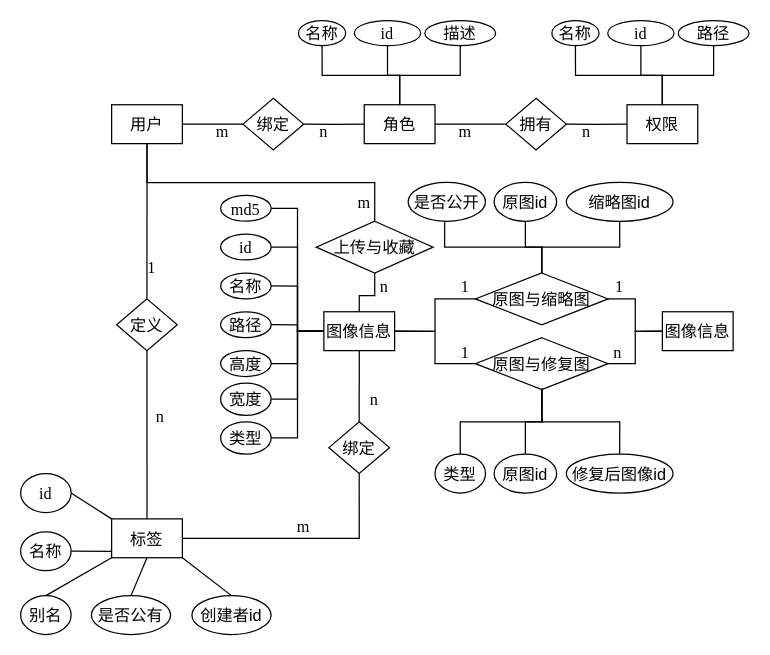
Before: 数据表ER图.drawio in LiSoulSpace/GitBook, a draw.io diagram. Source tidied: cells renumbered, new cells numbered last; positions are measured from the earlier drawing's top-left corner, leaving out a move shared by most shapes. Both pictures are drawn from the tidied source at 125%, with x=0, y=0 at pixel (20, 20).
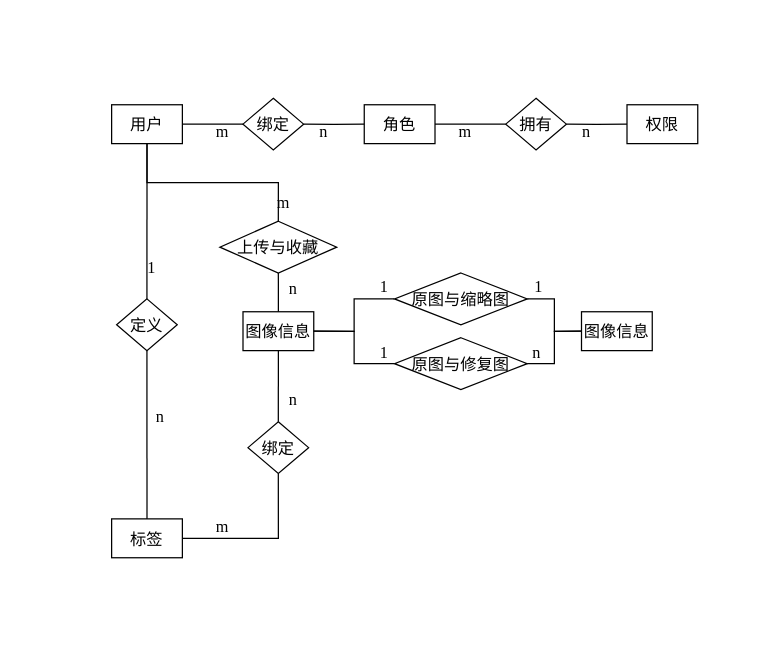
The same page after the edit.

Commit message:
更新数据表ER图.drawio

The change refers to these unchanged cells:
```xml
<mxCell id="5" value="角色" style="rounded=0;fontFamily=宋体;fontSize=13;" parent="1" vertex="1">
  <mxGeometry x="274.9" y="67.3" width="56.6" height="31.1" as="geometry" />
</mxCell>
<mxCell id="10" value="权限" style="rounded=0;fontFamily=宋体;fontSize=13;" parent="1" vertex="1">
  <mxGeometry x="485.1" y="67.3" width="56.6" height="31.1" as="geometry" />
</mxCell>
<mxCell id="23" value="标签" style="rounded=0;fontFamily=宋体;fontSize=13;" parent="1" vertex="1">
  <mxGeometry x="72.8" y="398.6" width="56.6" height="31.1" as="geometry" />
</mxCell>
```

Diff of the diagram source:
```diff
@@
-    <mxCell id="2" style="edgeStyle=orthogonalEdgeStyle;shape=connector;rounded=0;jettySize=auto;exitX=0.5;exitY=0;exitDx=0;exitDy=0;entryX=0.5;entryY=1;entryDx=0;entryDy=0;labelBackgroundColor=default;strokeColor=default;fontFamily=Helvetica;fontSize=11;fontColor=default;endArrow=none;endFill=0;" parent="1" edge="1" source="5" target="81">
-      <mxGeometry relative="1" as="geometry" />
-    </mxCell>
-    <mxCell id="3" style="edgeStyle=orthogonalEdgeStyle;shape=connector;rounded=0;jettySize=auto;exitX=0.5;exitY=0;exitDx=0;exitDy=0;entryX=0.5;entryY=1;entryDx=0;entryDy=0;labelBackgroundColor=default;strokeColor=default;fontFamily=Helvetica;fontSize=11;fontColor=default;endArrow=none;endFill=0;" parent="1" edge="1" source="5" target="82">
-      <mxGeometry relative="1" as="geometry" />
-    </mxCell>
-    <mxCell id="4" style="edgeStyle=orthogonalEdgeStyle;shape=connector;rounded=0;jettySize=auto;exitX=0.5;exitY=0;exitDx=0;exitDy=0;entryX=0.5;entryY=1;entryDx=0;entryDy=0;labelBackgroundColor=default;strokeColor=default;fontFamily=Helvetica;fontSize=11;fontColor=default;endArrow=none;endFill=0;" parent="1" edge="1" source="5" target="83">
-      <mxGeometry relative="1" as="geometry" />
-    </mxCell>
@@
-    <mxCell id="7" style="edgeStyle=orthogonalEdgeStyle;shape=connector;rounded=0;jettySize=auto;exitX=0.5;exitY=0;exitDx=0;exitDy=0;entryX=0.5;entryY=1;entryDx=0;entryDy=0;labelBackgroundColor=default;strokeColor=default;fontFamily=Helvetica;fontSize=11;fontColor=default;endArrow=none;endFill=0;" parent="1" edge="1" source="10" target="84">
-      <mxGeometry relative="1" as="geometry" />
-    </mxCell>
-    <mxCell id="8" style="edgeStyle=orthogonalEdgeStyle;shape=connector;rounded=0;jettySize=auto;exitX=0.5;exitY=0;exitDx=0;exitDy=0;entryX=0.5;entryY=1;entryDx=0;entryDy=0;labelBackgroundColor=default;strokeColor=default;fontFamily=Helvetica;fontSize=11;fontColor=default;endArrow=none;endFill=0;" parent="1" edge="1" source="10" target="85">
-      <mxGeometry relative="1" as="geometry" />
-    </mxCell>
-    <mxCell id="9" style="edgeStyle=orthogonalEdgeStyle;shape=connector;rounded=0;jettySize=auto;exitX=0.5;exitY=0;exitDx=0;exitDy=0;entryX=0.5;entryY=1;entryDx=0;entryDy=0;labelBackgroundColor=default;strokeColor=default;fontFamily=Helvetica;fontSize=11;fontColor=default;endArrow=none;endFill=0;" parent="1" edge="1" source="10" target="86">
-      <mxGeometry relative="1" as="geometry" />
-    </mxCell>
@@
     <mxCell id="11" value="图像信息" style="rounded=0;fontFamily=宋体;fontSize=13;" parent="1" vertex="1">
-      <mxGeometry x="242.6" y="232.9" width="56.6" height="31.1" as="geometry" />
+      <mxGeometry x="177.9" y="232.9" width="56.6" height="31.1" as="geometry" />
     </mxCell>
@@
     <mxCell id="15" style="edgeStyle=orthogonalEdgeStyle;shape=connector;rounded=0;jettySize=auto;exitX=0.5;exitY=1;exitDx=0;exitDy=0;entryX=0.5;entryY=0;entryDx=0;entryDy=0;labelBackgroundColor=default;strokeColor=default;fontFamily=宋体;fontSize=13;fontColor=default;endArrow=none;endFill=0;" parent="1" edge="1" source="16" target="11">
       <mxGeometry relative="1" as="geometry">
         <Array as="points">
-          <mxPoint x="283" y="220" />
-          <mxPoint x="271" y="220" />
+          <mxPoint x="205.3" y="210" />
+          <mxPoint x="205.3" y="210" />
         </Array>
       </mxGeometry>
     </mxCell>
     <mxCell id="16" value="上传与收藏" style="rhombus;fontFamily=宋体;fontSize=13;" parent="1" vertex="1">
-      <mxGeometry x="236.5" y="160.5" width="93.5" height="41.4" as="geometry" />
+      <mxGeometry x="159.4" y="160.5" width="93.5" height="41.4" as="geometry" />
     </mxCell>
@@
     <mxCell id="21" value="m" style="text;strokeColor=none;fillColor=none;align=center;verticalAlign=middle;rounded=0;fontSize=13;fontFamily=Times New Roman;fontColor=default;" parent="1" vertex="1">
-      <mxGeometry x="267" y="139.8" width="16.2" height="10.4" as="geometry" />
+      <mxGeometry x="202.3" y="139.8" width="16.2" height="10.4" as="geometry" />
     </mxCell>
     <mxCell id="22" value="n" style="text;strokeColor=none;fillColor=none;align=center;verticalAlign=middle;rounded=0;fontSize=13;fontFamily=Times New Roman;fontColor=default;" parent="1" vertex="1">
-      <mxGeometry x="283" y="207.1" width="16.2" height="10.4" as="geometry" />
+      <mxGeometry x="210.2" y="207.1" width="16.2" height="12.9" as="geometry" />
     </mxCell>
@@
     <mxCell id="25" value="绑定" style="rhombus;fontFamily=宋体;fontSize=13;" parent="1" vertex="1">
-      <mxGeometry x="246.6" y="320.9" width="48.5" height="41.4" as="geometry" />
+      <mxGeometry x="181.9" y="320.9" width="48.5" height="41.4" as="geometry" />
     </mxCell>
@@
     <mxCell id="27" value="图像信息" style="rounded=0;fontFamily=宋体;fontSize=13;" parent="1" vertex="1">
-      <mxGeometry x="513.4" y="232.9" width="56.6" height="31.1" as="geometry" />
+      <mxGeometry x="448.7" y="232.9" width="56.6" height="31.1" as="geometry" />
     </mxCell>
@@
-    <mxCell id="30" style="edgeStyle=orthogonalEdgeStyle;shape=connector;rounded=0;jettySize=auto;exitX=0.5;exitY=0;exitDx=0;exitDy=0;entryX=0.472;entryY=0.997;entryDx=0;entryDy=0;entryPerimeter=0;labelBackgroundColor=default;strokeColor=default;fontFamily=Helvetica;fontSize=11;fontColor=default;endArrow=none;endFill=0;" parent="1" edge="1" source="33" target="78">
-      <mxGeometry relative="1" as="geometry" />
-    </mxCell>
-    <mxCell id="31" style="edgeStyle=orthogonalEdgeStyle;shape=connector;rounded=0;jettySize=auto;exitX=0.5;exitY=0;exitDx=0;exitDy=0;entryX=0.5;entryY=1;entryDx=0;entryDy=0;labelBackgroundColor=default;strokeColor=default;fontFamily=Helvetica;fontSize=11;fontColor=default;endArrow=none;endFill=0;" parent="1" edge="1" source="33" target="79">
-      <mxGeometry relative="1" as="geometry" />
-    </mxCell>
-    <mxCell id="32" style="edgeStyle=orthogonalEdgeStyle;shape=connector;rounded=0;jettySize=auto;exitX=0.5;exitY=0;exitDx=0;exitDy=0;entryX=0.5;entryY=1;entryDx=0;entryDy=0;labelBackgroundColor=default;strokeColor=default;fontFamily=Helvetica;fontSize=11;fontColor=default;endArrow=none;endFill=0;" parent="1" edge="1" source="33" target="80">
-      <mxGeometry relative="1" as="geometry" />
-    </mxCell>
     <mxCell id="33" value="原图与缩略图" style="rhombus;fontFamily=宋体;fontSize=13;" parent="1" vertex="1">
-      <mxGeometry x="363.8" y="201.9" width="106.2" height="41.4" as="geometry" />
+      <mxGeometry x="299.1" y="201.9" width="106.2" height="41.4" as="geometry" />
     </mxCell>
@@
     <mxCell id="35" value="原图与修复图" style="rhombus;fontFamily=宋体;fontSize=13;" parent="1" vertex="1">
-      <mxGeometry x="363.8" y="253.7" width="106.2" height="41.4" as="geometry" />
+      <mxGeometry x="299.1" y="253.7" width="106.2" height="41.4" as="geometry" />
     </mxCell>
@@
-    <mxCell id="41" style="edgeStyle=orthogonalEdgeStyle;shape=connector;rounded=0;jettySize=auto;exitX=1;exitY=0.5;exitDx=0;exitDy=0;entryX=0;entryY=0.5;entryDx=0;entryDy=0;labelBackgroundColor=default;strokeColor=default;fontFamily=宋体;fontSize=13;fontColor=default;endArrow=none;endFill=0;" parent="1" edge="1" source="42" target="11">
-      <mxGeometry relative="1" as="geometry" />
-    </mxCell>
-    <mxCell id="42" value="id" style="ellipse;fontFamily=Times New Roman;fontSize=13;fontColor=default;" parent="1" vertex="1">
-      <mxGeometry x="160" y="170.8" width="40.4" height="20.7" as="geometry" />
-    </mxCell>
-    <mxCell id="43" style="edgeStyle=orthogonalEdgeStyle;shape=connector;rounded=0;jettySize=auto;exitX=1;exitY=0.5;exitDx=0;exitDy=0;entryX=0;entryY=0.5;entryDx=0;entryDy=0;labelBackgroundColor=default;strokeColor=default;fontFamily=宋体;fontSize=13;fontColor=default;endArrow=none;endFill=0;" parent="1" edge="1" source="44" target="11">
-      <mxGeometry relative="1" as="geometry" />
-    </mxCell>
-    <mxCell id="44" value="名称" style="ellipse;fontFamily=宋体;fontSize=13;fontColor=default;" parent="1" vertex="1">
-      <mxGeometry x="160" y="201.9" width="40.4" height="20.7" as="geometry" />
-    </mxCell>
-    <mxCell id="45" style="edgeStyle=orthogonalEdgeStyle;shape=connector;rounded=0;jettySize=auto;exitX=1;exitY=0.5;exitDx=0;exitDy=0;entryX=0;entryY=0.5;entryDx=0;entryDy=0;labelBackgroundColor=default;strokeColor=default;fontFamily=宋体;fontSize=13;fontColor=default;endArrow=none;endFill=0;" parent="1" edge="1" source="46" target="11">
-      <mxGeometry relative="1" as="geometry" />
-    </mxCell>
-    <mxCell id="46" value="路径" style="ellipse;fontFamily=宋体;fontSize=13;fontColor=default;" parent="1" vertex="1">
-      <mxGeometry x="160" y="232.9" width="40.4" height="20.7" as="geometry" />
-    </mxCell>
-    <mxCell id="47" style="edgeStyle=orthogonalEdgeStyle;shape=connector;rounded=0;jettySize=auto;exitX=1;exitY=0.5;exitDx=0;exitDy=0;entryX=0;entryY=0.5;entryDx=0;entryDy=0;labelBackgroundColor=default;strokeColor=default;fontFamily=宋体;fontSize=13;fontColor=default;endArrow=none;endFill=0;" parent="1" edge="1" source="48" target="11">
-      <mxGeometry relative="1" as="geometry" />
-    </mxCell>
-    <mxCell id="48" value="高度" style="ellipse;fontFamily=宋体;fontSize=13;fontColor=default;" parent="1" vertex="1">
-      <mxGeometry x="160" y="264" width="40.4" height="20.7" as="geometry" />
-    </mxCell>
-    <mxCell id="49" style="edgeStyle=orthogonalEdgeStyle;shape=connector;rounded=0;jettySize=auto;exitX=1;exitY=0.5;exitDx=0;exitDy=0;entryX=0;entryY=0.5;entryDx=0;entryDy=0;labelBackgroundColor=default;strokeColor=default;fontFamily=宋体;fontSize=13;fontColor=default;endArrow=none;endFill=0;" parent="1" edge="1" source="50" target="11">
-      <mxGeometry relative="1" as="geometry" />
-    </mxCell>
-    <mxCell id="50" value="宽度" style="ellipse;fontFamily=宋体;fontSize=13;fontColor=default;" parent="1" vertex="1">
-      <mxGeometry x="160" y="289.9" width="40.4" height="25.9" as="geometry" />
-    </mxCell>
-    <mxCell id="51" style="edgeStyle=orthogonalEdgeStyle;shape=connector;rounded=0;jettySize=auto;exitX=1;exitY=0.5;exitDx=0;exitDy=0;entryX=0;entryY=0.5;entryDx=0;entryDy=0;labelBackgroundColor=default;strokeColor=default;fontFamily=宋体;fontSize=13;fontColor=default;endArrow=none;endFill=0;" parent="1" edge="1" source="52" target="11">
-      <mxGeometry relative="1" as="geometry" />
-    </mxCell>
-    <mxCell id="52" value="类型" style="ellipse;fontFamily=宋体;fontSize=13;fontColor=default;" parent="1" vertex="1">
-      <mxGeometry x="160" y="320.9" width="40.4" height="25.9" as="geometry" />
-    </mxCell>
-    <mxCell id="53" style="edgeStyle=orthogonalEdgeStyle;shape=connector;rounded=0;jettySize=auto;exitX=1;exitY=0.5;exitDx=0;exitDy=0;entryX=0;entryY=0.5;entryDx=0;entryDy=0;labelBackgroundColor=default;strokeColor=default;fontFamily=宋体;fontSize=13;fontColor=default;endArrow=none;endFill=0;" parent="1" edge="1" source="54" target="11">
-      <mxGeometry relative="1" as="geometry" />
-    </mxCell>
-    <mxCell id="54" value="md5" style="ellipse;fontFamily=Times New Roman;fontSize=13;fontColor=default;" parent="1" vertex="1">
-      <mxGeometry x="160" y="139.8" width="40.4" height="20.7" as="geometry" />
-    </mxCell>
@@
-    <mxCell id="58" style="edgeStyle=orthogonalEdgeStyle;shape=connector;rounded=0;jettySize=auto;exitX=1;exitY=0.5;exitDx=0;exitDy=0;entryX=-0.006;entryY=0.812;entryDx=0;entryDy=0;entryPerimeter=0;labelBackgroundColor=default;strokeColor=default;fontFamily=Helvetica;fontSize=11;fontColor=default;endArrow=none;endFill=0;" parent="1" edge="1" source="59" target="23">
-      <mxGeometry relative="1" as="geometry" />
-    </mxCell>
-    <mxCell id="59" value="名称" style="ellipse;fontFamily=宋体;fontSize=13;fontColor=default;" parent="1" vertex="1">
-      <mxGeometry y="408.9" width="40.4" height="31.1" as="geometry" />
-    </mxCell>
-    <mxCell id="60" style="shape=connector;rounded=0;jettySize=auto;exitX=1;exitY=0.5;exitDx=0;exitDy=0;entryX=0;entryY=0;entryDx=0;entryDy=0;labelBackgroundColor=default;strokeColor=default;fontFamily=Helvetica;fontSize=11;fontColor=default;endArrow=none;endFill=0;" parent="1" edge="1" source="61" target="23">
-      <mxGeometry relative="1" as="geometry" />
-    </mxCell>
-    <mxCell id="61" value="id" style="ellipse;fontFamily=Times New Roman;fontSize=13;fontColor=default;" parent="1" vertex="1">
-      <mxGeometry y="362.4" width="40.4" height="31.1" as="geometry" />
-    </mxCell>
-    <mxCell id="62" style="shape=connector;rounded=0;jettySize=auto;exitX=0.5;exitY=0;exitDx=0;exitDy=0;entryX=0;entryY=1;entryDx=0;entryDy=0;labelBackgroundColor=default;strokeColor=default;fontFamily=Helvetica;fontSize=11;fontColor=default;endArrow=none;endFill=0;" parent="1" edge="1" source="63" target="23">
-      <mxGeometry relative="1" as="geometry" />
-    </mxCell>
-    <mxCell id="63" value="别名" style="ellipse;fontFamily=宋体;fontSize=13;fontColor=default;" parent="1" vertex="1">
-      <mxGeometry y="460" width="40.4" height="31.1" as="geometry" />
-    </mxCell>
-    <mxCell id="64" style="shape=connector;rounded=0;jettySize=auto;exitX=0.5;exitY=0;exitDx=0;exitDy=0;entryX=0.5;entryY=1;entryDx=0;entryDy=0;labelBackgroundColor=default;strokeColor=default;fontFamily=Helvetica;fontSize=11;fontColor=default;endArrow=none;endFill=0;" parent="1" edge="1" source="65" target="23">
-      <mxGeometry relative="1" as="geometry" />
-    </mxCell>
-    <mxCell id="65" value="是否公有" style="ellipse;fontFamily=宋体;fontSize=13;fontColor=default;" parent="1" vertex="1">
-      <mxGeometry x="56.6" y="460" width="63.4" height="31.1" as="geometry" />
-    </mxCell>
-    <mxCell id="66" style="shape=connector;rounded=0;jettySize=auto;exitX=0.5;exitY=0;exitDx=0;exitDy=0;entryX=1;entryY=1;entryDx=0;entryDy=0;labelBackgroundColor=default;strokeColor=default;fontFamily=Helvetica;fontSize=11;fontColor=default;endArrow=none;endFill=0;" parent="1" edge="1" source="67" target="23">
-      <mxGeometry relative="1" as="geometry" />
-    </mxCell>
-    <mxCell id="67" value="创建者id" style="ellipse;fontFamily=宋体;fontSize=13;fontColor=default;" parent="1" vertex="1">
-      <mxGeometry x="137" y="460" width="63.4" height="31.1" as="geometry" />
-    </mxCell>
@@
     <mxCell id="70" value="m" style="text;strokeColor=none;fillColor=none;align=center;verticalAlign=middle;rounded=0;fontSize=13;fontFamily=Times New Roman;fontColor=default;" parent="1" vertex="1">
-      <mxGeometry x="218.3" y="398.6" width="16.2" height="10.4" as="geometry" />
+      <mxGeometry x="153.6" y="398.6" width="16.2" height="10.4" as="geometry" />
     </mxCell>
     <mxCell id="71" value="n" style="text;strokeColor=none;fillColor=none;align=center;verticalAlign=middle;rounded=0;fontSize=13;fontFamily=Times New Roman;fontColor=default;" parent="1" vertex="1">
-      <mxGeometry x="274.9" y="297.6" width="16.2" height="10.4" as="geometry" />
+      <mxGeometry x="210.2" y="297.6" width="16.2" height="10.4" as="geometry" />
     </mxCell>
-    <mxCell id="72" style="edgeStyle=orthogonalEdgeStyle;shape=connector;rounded=0;jettySize=auto;exitX=0.5;exitY=0;exitDx=0;exitDy=0;entryX=0.503;entryY=0.971;entryDx=0;entryDy=0;entryPerimeter=0;labelBackgroundColor=default;strokeColor=default;fontFamily=Helvetica;fontSize=11;fontColor=default;endArrow=none;endFill=0;" parent="1" edge="1" source="73" target="35">
-      <mxGeometry relative="1" as="geometry" />
-    </mxCell>
-    <mxCell id="73" value="类型" style="ellipse;fontFamily=宋体;fontSize=13;fontColor=default;" parent="1" vertex="1">
-      <mxGeometry x="331.5" y="346.8" width="40.4" height="31.1" as="geometry" />
-    </mxCell>
-    <mxCell id="74" style="edgeStyle=orthogonalEdgeStyle;shape=connector;rounded=0;jettySize=auto;exitX=0.5;exitY=0;exitDx=0;exitDy=0;labelBackgroundColor=default;strokeColor=default;fontFamily=Helvetica;fontSize=11;fontColor=default;endArrow=none;endFill=0;entryX=0.5;entryY=1;entryDx=0;entryDy=0;" parent="1" edge="1" source="75" target="35">
-      <mxGeometry relative="1" as="geometry" />
-    </mxCell>
-    <mxCell id="75" value="原图id" style="ellipse;fontFamily=宋体;fontSize=13;fontColor=default;" parent="1" vertex="1">
-      <mxGeometry x="378.8" y="346.8" width="50" height="31.1" as="geometry" />
-    </mxCell>
-    <mxCell id="76" style="edgeStyle=orthogonalEdgeStyle;shape=connector;rounded=0;jettySize=auto;exitX=0.5;exitY=0;exitDx=0;exitDy=0;entryX=0.5;entryY=1;entryDx=0;entryDy=0;labelBackgroundColor=default;strokeColor=default;fontFamily=Helvetica;fontSize=11;fontColor=default;endArrow=none;endFill=0;" parent="1" edge="1" source="77" target="35">
-      <mxGeometry relative="1" as="geometry" />
-    </mxCell>
-    <mxCell id="77" value="修复后图像id" style="ellipse;fontFamily=宋体;fontSize=13;fontColor=default;" parent="1" vertex="1">
-      <mxGeometry x="436.6" y="346.8" width="85.3" height="31.1" as="geometry" />
-    </mxCell>
-    <mxCell id="78" value="是否公开" style="ellipse;fontFamily=宋体;fontSize=13;fontColor=default;" parent="1" vertex="1">
-      <mxGeometry x="310" y="129.4" width="61.9" height="31.1" as="geometry" />
-    </mxCell>
-    <mxCell id="79" value="原图id" style="ellipse;fontFamily=宋体;fontSize=13;fontColor=default;" parent="1" vertex="1">
-      <mxGeometry x="378.8" y="129.4" width="50" height="31.1" as="geometry" />
-    </mxCell>
-    <mxCell id="80" value="缩略图id" style="ellipse;fontFamily=宋体;fontSize=13;fontColor=default;" parent="1" vertex="1">
-      <mxGeometry x="436.6" y="129.4" width="85.3" height="31.1" as="geometry" />
-    </mxCell>
-    <mxCell id="81" value="名称" style="ellipse;fontFamily=宋体;fontSize=13;fontColor=default;" parent="1" vertex="1">
-      <mxGeometry x="222.3" width="37.7" height="20" as="geometry" />
-    </mxCell>
-    <mxCell id="82" value="id" style="ellipse;fontFamily=Times New Roman;fontSize=13;fontColor=default;" parent="1" vertex="1">
-      <mxGeometry x="267" width="53" height="20" as="geometry" />
-    </mxCell>
-    <mxCell id="83" value="描述" style="ellipse;fontFamily=宋体;fontSize=13;fontColor=default;" parent="1" vertex="1">
-      <mxGeometry x="323.4" width="56.6" height="20" as="geometry" />
-    </mxCell>
-    <mxCell id="84" value="名称" style="ellipse;fontFamily=宋体;fontSize=13;fontColor=default;" parent="1" vertex="1">
-      <mxGeometry x="425" width="37.7" height="20" as="geometry" />
-    </mxCell>
-    <mxCell id="85" value="id" style="ellipse;fontFamily=Times New Roman;fontSize=13;fontColor=default;" parent="1" vertex="1">
-      <mxGeometry x="469.7" width="53" height="20" as="geometry" />
-    </mxCell>
-    <mxCell id="86" value="路径" style="ellipse;fontFamily=宋体;fontSize=13;fontColor=default;" parent="1" vertex="1">
-      <mxGeometry x="526.1" width="56.6" height="20" as="geometry" />
-    </mxCell>
     <mxCell id="87" value="1" style="text;strokeColor=none;fillColor=none;align=center;verticalAlign=middle;rounded=0;fontSize=13;fontFamily=Times New Roman;fontColor=default;" parent="1" vertex="1">
-      <mxGeometry x="347.7" y="207.1" width="16.2" height="10.4" as="geometry" />
+      <mxGeometry x="283" y="207.1" width="16.2" height="10.4" as="geometry" />
     </mxCell>
     <mxCell id="88" value="1" style="text;strokeColor=none;fillColor=none;align=center;verticalAlign=middle;rounded=0;fontSize=13;fontFamily=Times New Roman;fontColor=default;" parent="1" vertex="1">
-      <mxGeometry x="471.2" y="207.1" width="16.2" height="10.4" as="geometry" />
+      <mxGeometry x="406.5" y="207.1" width="16.2" height="10.4" as="geometry" />
     </mxCell>
     <mxCell id="89" value="1" style="text;strokeColor=none;fillColor=none;align=center;verticalAlign=middle;rounded=0;fontSize=13;fontFamily=Times New Roman;fontColor=default;" parent="1" vertex="1">
-      <mxGeometry x="347.7" y="260" width="16.2" height="10.4" as="geometry" />
+      <mxGeometry x="283" y="260" width="16.2" height="10.4" as="geometry" />
     </mxCell>
     <mxCell id="90" value="n" style="text;strokeColor=none;fillColor=none;align=center;verticalAlign=middle;rounded=0;fontSize=13;fontFamily=Times New Roman;fontColor=default;" parent="1" vertex="1">
-      <mxGeometry x="469.7" y="260" width="16.2" height="10.4" as="geometry" />
+      <mxGeometry x="405" y="260" width="16.2" height="10.4" as="geometry" />
     </mxCell>
```
